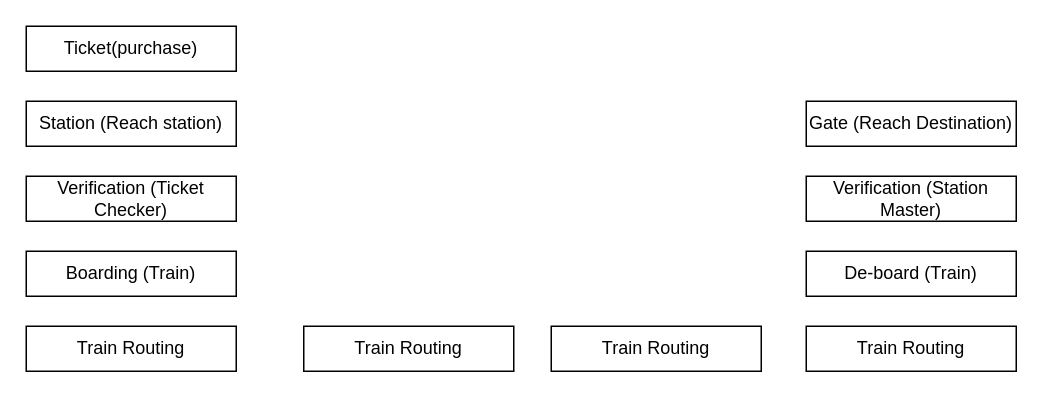
This is College/Semester-5/Untitled Diagram.drawio from bsudharshan2001/MyRespository, a draw.io file, before an edit. Source tidied: cells renumbered, new cells numbered last; positions are measured from the earlier drawing's top-left corner, leaving out a move shared by most shapes. Both pictures are drawn from the tidied source at 150%, with x=0, y=0 at pixel (26, 26).
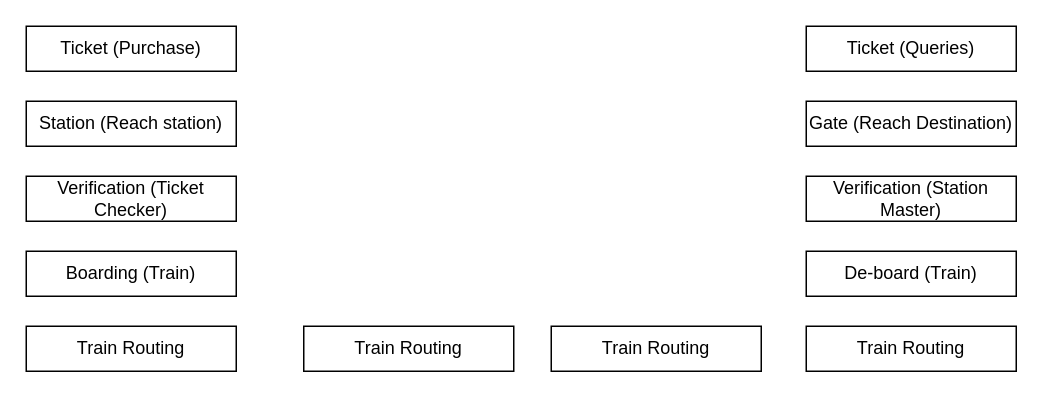
The same diagram, later.

Commit message:
Networks-TCP Connection.drawio

The edit, as a diff of the source:
```diff
@@
 <mxGraphModel>
   <root>
     <mxCell id="0" />
     <mxCell id="1" parent="0" />
     <mxCell id="2" value="Station (Reach station)" style="rounded=0;whiteSpace=wrap;html=1;" parent="1" vertex="1">
       <mxGeometry y="50" width="140" height="30" as="geometry" />
     </mxCell>
-    <mxCell id="3" value="Ticket(purchase)" style="rounded=0;whiteSpace=wrap;html=1;" parent="1" vertex="1">
+    <mxCell id="3" value="Ticket (Purchase)" style="rounded=0;whiteSpace=wrap;html=1;" parent="1" vertex="1">
       <mxGeometry width="140" height="30" as="geometry" />
     </mxCell>
     <mxCell id="4" value="Verification (Station Master)" style="rounded=0;whiteSpace=wrap;html=1;" parent="1" vertex="1">
       <mxGeometry x="520" y="100" width="140" height="30" as="geometry" />
     </mxCell>
     <mxCell id="5" value="Boarding (Train)" style="rounded=0;whiteSpace=wrap;html=1;" parent="1" vertex="1">
       <mxGeometry y="150" width="140" height="30" as="geometry" />
     </mxCell>
     <mxCell id="6" value="Train Routing" style="rounded=0;whiteSpace=wrap;html=1;" parent="1" vertex="1">
       <mxGeometry y="200" width="140" height="30" as="geometry" />
     </mxCell>
     <mxCell id="7" value="Train Routing" style="rounded=0;whiteSpace=wrap;html=1;" parent="1" vertex="1">
       <mxGeometry x="185" y="200" width="140" height="30" as="geometry" />
     </mxCell>
     <mxCell id="8" value="Train Routing" style="rounded=0;whiteSpace=wrap;html=1;" parent="1" vertex="1">
       <mxGeometry x="350" y="200" width="140" height="30" as="geometry" />
     </mxCell>
     <mxCell id="9" value="Train Routing" style="rounded=0;whiteSpace=wrap;html=1;" parent="1" vertex="1">
       <mxGeometry x="520" y="200" width="140" height="30" as="geometry" />
     </mxCell>
     <mxCell id="10" value="De-board (Train)" style="rounded=0;whiteSpace=wrap;html=1;" parent="1" vertex="1">
       <mxGeometry x="520" y="150" width="140" height="30" as="geometry" />
     </mxCell>
     <mxCell id="11" value="Verification (Ticket Checker)" style="rounded=0;whiteSpace=wrap;html=1;" parent="1" vertex="1">
       <mxGeometry y="100" width="140" height="30" as="geometry" />
     </mxCell>
     <mxCell id="12" value="Gate (Reach Destination)" style="rounded=0;whiteSpace=wrap;html=1;" parent="1" vertex="1">
       <mxGeometry x="520" y="50" width="140" height="30" as="geometry" />
     </mxCell>
+    <mxCell id="13" value="Ticket (Queries)" style="rounded=0;whiteSpace=wrap;html=1;" parent="1" vertex="1">
+      <mxGeometry x="520" width="140" height="30" as="geometry" />
+    </mxCell>
   </root>
 </mxGraphModel>
```
